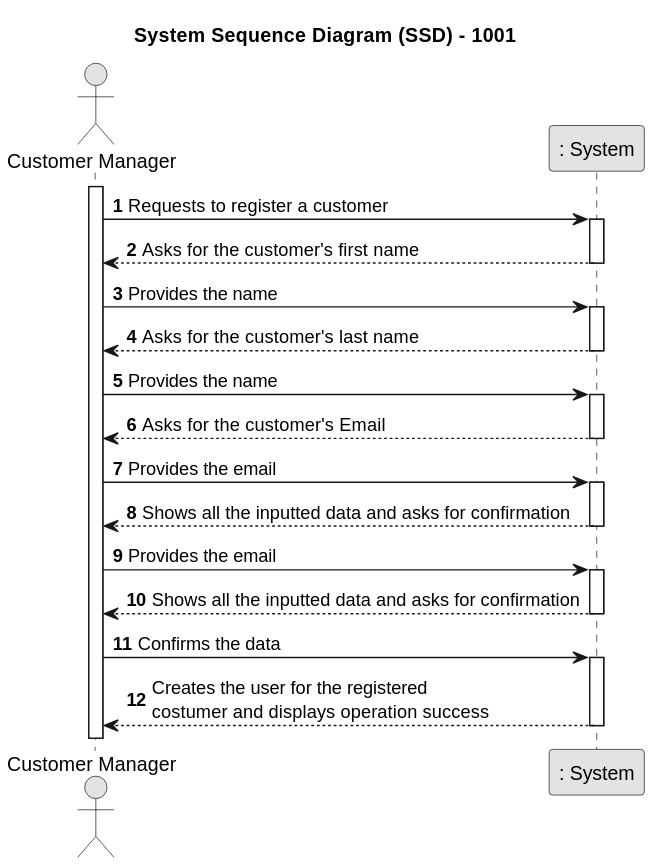
MiguelCardoso77/LAPR4 keeps this PlantUML diagram as docs/SprintB/1001/1001-system-sequence-diagram.svg. Above is the earlier version.
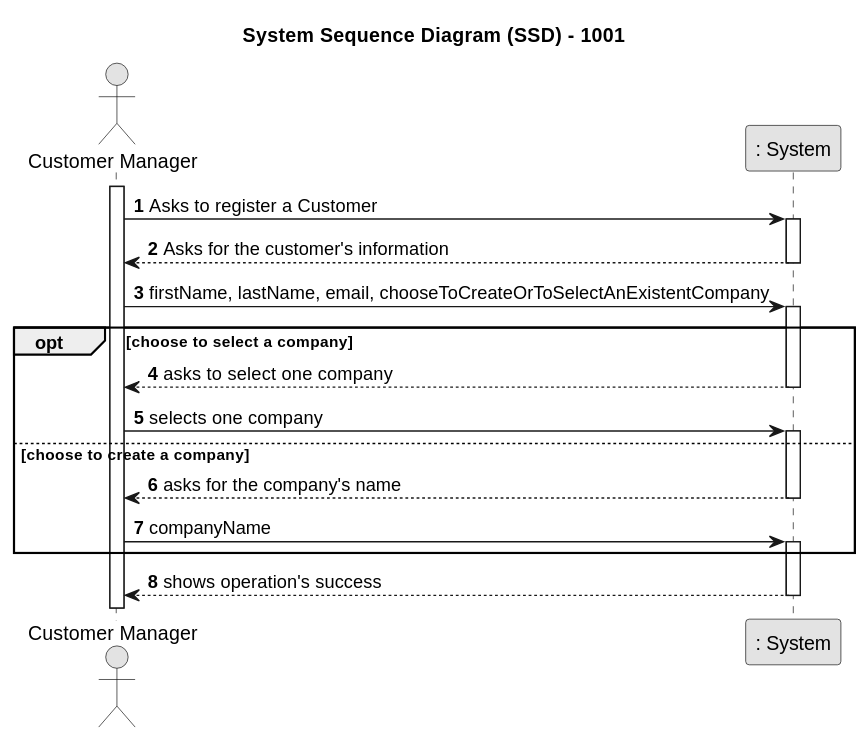
Above is the later version.

What changed in the source:
```diff
@@ -12,39 +12,38 @@
 
 activate CM
 
-    CM -> System : Requests to register a customer
+    CM -> System : Asks to register a Customer
     activate System
 
-        System --> CM : Asks for the customer's first name
+        System --> CM : Asks for the customer's information
     deactivate System
 
-    CM -> System : Provides the name
+    CM -> System : firstName, lastName, email, chooseToCreateOrToSelectAnExistentCompany
     activate System
 
-        System --> CM : Asks for the customer's last name
+    opt choose to select a company
+
+    System --> CM : asks to select one company
+
     deactivate System
 
-    CM -> System : Provides the name
+    CM -> System : selects one company
+
+    else choose to create a company
+
     activate System
 
-        System --> CM : Asks for the customer's Email
+    System --> CM : asks for the company's name
+
     deactivate System
 
-    CM -> System : Provides the email
+    CM -> System : companyName
+
     activate System
 
-        System --> CM : Shows all the inputted data and asks for confirmation
-    deactivate System
+    end
 
-    CM -> System : Provides the email
-    activate System
+    System --> CM : shows operation's success
 
-         System --> CM : Shows all the inputted data and asks for confirmation
-    deactivate System
-
-    CM -> System : Confirms the data
-    activate System
-
-         System --> CM : Creates the user for the registered \ncostumer and displays operation success
     deactivate System
 @enduml
```
